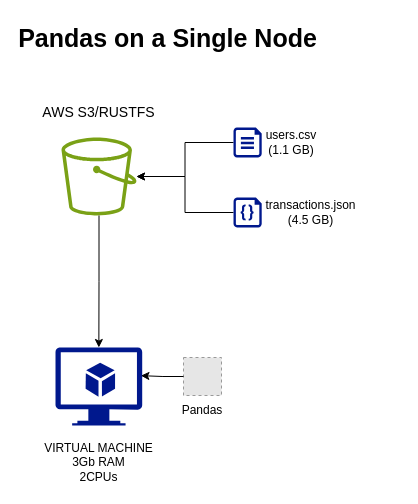
This is page "Single node Pandas" (3 of 8) of assets/architecture.drawio from juanccq/processing-oom-datasets, a draw.io file, before an edit. Source tidied: cells renumbered, new cells numbered last; positions are measured from the earlier drawing's top-left corner, leaving out a move shared by most shapes. Both pictures are drawn from the tidied source at 100%, with x=0, y=0 at pixel (19, 17). Pictures stored in the file or linked from it are replaced by grey dashed boxes.
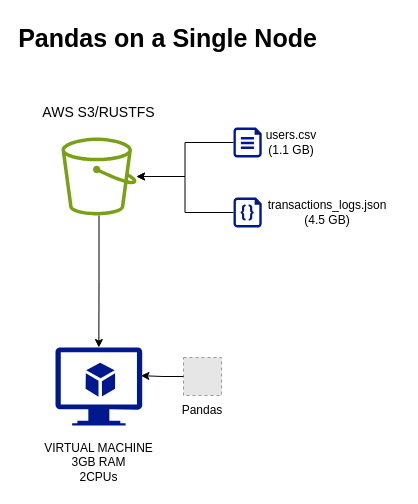
The same diagram, later.

The edit, as a diff of the source:
```diff
@@
 <mxGraphModel>
   <root>
     <mxCell id="0" />
     <mxCell id="1" parent="0" />
     <mxCell id="2" style="sketch=0;outlineConnect=0;fontColor=#232F3E;gradientColor=none;fillColor=#7AA116;strokeColor=none;dashed=0;verticalLabelPosition=bottom;verticalAlign=top;align=center;html=1;fontSize=12;fontStyle=0;shape=mxgraph.aws4.bucket;" parent="1" vertex="1">
       <mxGeometry x="42" y="120" width="75" height="78" as="geometry" />
     </mxCell>
     <mxCell id="3" style="sketch=0;shadow=0;dashed=0;html=1;strokeColor=none;labelPosition=center;verticalLabelPosition=bottom;verticalAlign=top;align=center;fillColor=#00188D;shape=mxgraph.azure.virtual_machine_feature;" parent="1" vertex="1">
       <mxGeometry x="36" y="330" width="86.7" height="78" as="geometry" />
     </mxCell>
     <mxCell id="4" value="AWS S3/RUSTFS" style="text;html=1;whiteSpace=wrap;strokeColor=none;fillColor=none;align=center;verticalAlign=middle;rounded=0;fontSize=14;" parent="1" vertex="1">
       <mxGeometry x="22" y="80" width="115" height="30" as="geometry" />
     </mxCell>
-    <mxCell id="5" value="VIRTUAL MACHINE&lt;div&gt;3Gb RAM&lt;/div&gt;&lt;div&gt;2CPUs&lt;/div&gt;" style="text;html=1;whiteSpace=wrap;strokeColor=none;fillColor=none;align=center;verticalAlign=middle;rounded=0;" parent="1" vertex="1">
+    <mxCell id="5" value="VIRTUAL MACHINE&lt;div&gt;3GB RAM&lt;/div&gt;&lt;div&gt;2CPUs&lt;/div&gt;" style="text;html=1;whiteSpace=wrap;strokeColor=none;fillColor=none;align=center;verticalAlign=middle;rounded=0;" parent="1" vertex="1">
       <mxGeometry x="22" y="420" width="115" height="50" as="geometry" />
     </mxCell>
     <mxCell id="6" style="edgeStyle=orthogonalEdgeStyle;rounded=0;jettySize=auto;html=1;entryX=0.5;entryY=0;entryDx=0;entryDy=0;entryPerimeter=0;" parent="1" edge="1" source="2" target="3">
       <mxGeometry relative="1" as="geometry" />
     </mxCell>
     <mxCell id="7" style="edgeStyle=orthogonalEdgeStyle;rounded=0;jettySize=auto;html=1;" parent="1" edge="1" source="8" target="2">
       <mxGeometry relative="1" as="geometry" />
     </mxCell>
     <mxCell id="8" style="sketch=0;shadow=0;dashed=0;html=1;strokeColor=none;labelPosition=center;verticalLabelPosition=bottom;verticalAlign=top;align=center;fillColor=#00188D;shape=mxgraph.azure.code_file;" parent="1" vertex="1">
       <mxGeometry x="214" y="180" width="28.2" height="30" as="geometry" />
     </mxCell>
     <mxCell id="9" style="edgeStyle=orthogonalEdgeStyle;rounded=0;jettySize=auto;html=1;" parent="1" edge="1" source="10" target="2">
       <mxGeometry relative="1" as="geometry" />
     </mxCell>
     <mxCell id="10" style="sketch=0;shadow=0;dashed=0;html=1;strokeColor=none;labelPosition=center;verticalLabelPosition=bottom;verticalAlign=top;align=center;fillColor=#00188D;shape=mxgraph.azure.file;" parent="1" vertex="1">
       <mxGeometry x="214" y="110" width="28.2" height="30" as="geometry" />
     </mxCell>
     <mxCell id="11" value="users.csv (1.1 GB)" style="text;html=1;whiteSpace=wrap;strokeColor=none;fillColor=none;align=center;verticalAlign=middle;rounded=0;" parent="1" vertex="1">
       <mxGeometry x="242" y="110" width="60" height="30" as="geometry" />
     </mxCell>
-    <mxCell id="12" value="transactions.json&lt;div&gt;(4.5 GB)&lt;/div&gt;" style="text;html=1;whiteSpace=wrap;strokeColor=none;fillColor=none;align=center;verticalAlign=middle;rounded=0;" parent="1" vertex="1">
-      <mxGeometry x="234" y="180" width="115" height="30" as="geometry" />
+    <mxCell id="12" value="transactions_logs.json&lt;div&gt;(4.5 GB)&lt;/div&gt;" style="text;html=1;whiteSpace=wrap;strokeColor=none;fillColor=none;align=center;verticalAlign=middle;rounded=0;" parent="1" vertex="1">
+      <mxGeometry x="234" y="180" width="148" height="30" as="geometry" />
     </mxCell>
     <mxCell id="13" style="fillColor=#E6E6E6;strokeColor=#999999;dashed=1;" parent="1" vertex="1">
       <mxGeometry x="164" y="340" width="38" height="38" as="geometry" />
     </mxCell>
     <mxCell id="14" style="edgeStyle=orthogonalEdgeStyle;rounded=0;jettySize=auto;html=1;entryX=0.985;entryY=0.361;entryDx=0;entryDy=0;entryPerimeter=0;" parent="1" edge="1" source="13" target="3">
       <mxGeometry relative="1" as="geometry" />
     </mxCell>
     <mxCell id="15" value="Pandas on a Single Node" style="text;strokeColor=none;fillColor=none;html=1;fontSize=25;fontStyle=1;verticalAlign=middle;align=center;autosizeText=1;" parent="1" vertex="1">
       <mxGeometry width="295" height="40" as="geometry" />
     </mxCell>
     <mxCell id="16" value="Pandas" style="text;html=1;whiteSpace=wrap;strokeColor=none;fillColor=none;align=center;verticalAlign=middle;rounded=0;" parent="1" vertex="1">
       <mxGeometry x="153" y="378" width="60" height="30" as="geometry" />
     </mxCell>
   </root>
 </mxGraphModel>
```
